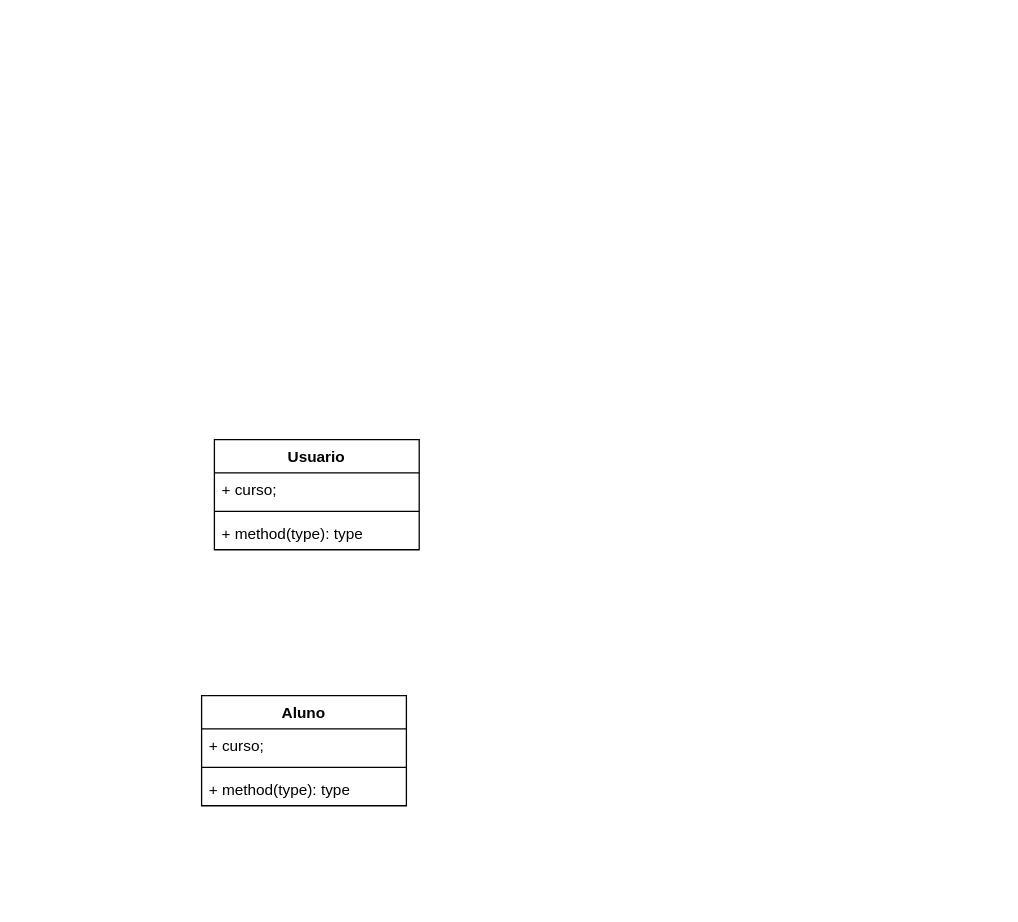
The draw.io diagram Diagrama Relacional.drawio in arianamesquita/IFCoders, before the edit. Source tidied: cells renumbered, new cells numbered last; positions are measured from the earlier drawing's top-left corner, leaving out a move shared by most shapes. Both pictures are drawn from the tidied source at 128%, with x=0, y=0 at pixel (201, 439).
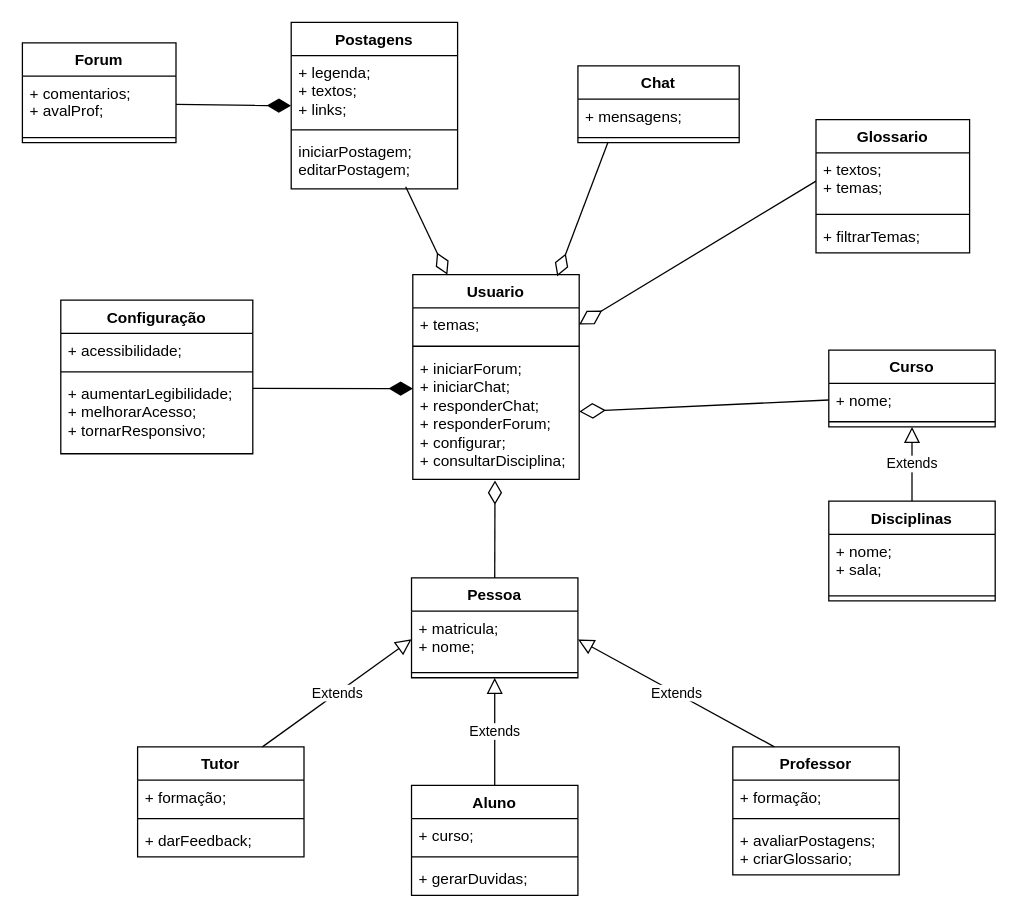
The same diagram, later.

Diff of the diagram source:
```diff
@@
     <mxCell id="2" value="Aluno" style="swimlane;fontStyle=1;align=center;verticalAlign=top;horizontal=1;startSize=26;whiteSpace=wrap;html=1;" parent="1" vertex="1">
-      <mxGeometry y="200" width="160" height="86" as="geometry" />
+      <mxGeometry x="164" y="270" width="130" height="86" as="geometry" />
     </mxCell>
     <mxCell id="3" value="+ curso;" style="text;strokeColor=none;fillColor=none;align=left;verticalAlign=top;spacingLeft=4;spacingRight=4;overflow=hidden;whiteSpace=wrap;html=1;" parent="2" vertex="1">
-      <mxGeometry y="26" width="160" height="26" as="geometry" />
+      <mxGeometry y="26" width="130" height="26" as="geometry" />
     </mxCell>
     <mxCell id="4" style="line;strokeWidth=1;fillColor=none;align=left;verticalAlign=middle;spacingTop=-1;spacingLeft=3;spacingRight=3;labelPosition=right;strokeColor=inherit;" parent="2" vertex="1">
-      <mxGeometry y="52" width="160" height="8" as="geometry" />
+      <mxGeometry y="52" width="130" height="8" as="geometry" />
     </mxCell>
-    <mxCell id="5" value="+ method(type): type" style="text;strokeColor=none;fillColor=none;align=left;verticalAlign=top;spacingLeft=4;spacingRight=4;overflow=hidden;whiteSpace=wrap;html=1;" parent="2" vertex="1">
-      <mxGeometry y="60" width="160" height="26" as="geometry" />
+    <mxCell id="5" value="+ gerarDuvidas;" style="text;strokeColor=none;fillColor=none;align=left;verticalAlign=top;spacingLeft=4;spacingRight=4;overflow=hidden;whiteSpace=wrap;html=1;" parent="2" vertex="1">
+      <mxGeometry y="60" width="130" height="26" as="geometry" />
     </mxCell>
     <mxCell id="6" value="Usuario" style="swimlane;fontStyle=1;align=center;verticalAlign=top;horizontal=1;startSize=26;whiteSpace=wrap;html=1;" parent="1" vertex="1">
-      <mxGeometry x="10" width="160" height="86" as="geometry" />
+      <mxGeometry x="165" y="-129" width="130" height="160" as="geometry" />
     </mxCell>
-    <mxCell id="7" value="+ curso;" style="text;strokeColor=none;fillColor=none;align=left;verticalAlign=top;spacingLeft=4;spacingRight=4;overflow=hidden;points=[[0,0.5],[1,0.5]];portConstraint=eastwest;whiteSpace=wrap;html=1;" parent="6" vertex="1">
-      <mxGeometry y="26" width="160" height="26" as="geometry" />
+    <mxCell id="7" value="+ temas;" style="text;strokeColor=none;fillColor=none;align=left;verticalAlign=top;spacingLeft=4;spacingRight=4;overflow=hidden;points=[[0,0.5],[1,0.5]];portConstraint=eastwest;whiteSpace=wrap;html=1;" parent="6" vertex="1">
+      <mxGeometry y="26" width="130" height="26" as="geometry" />
     </mxCell>
     <mxCell id="8" style="line;strokeWidth=1;fillColor=none;align=left;verticalAlign=middle;spacingTop=-1;spacingLeft=3;spacingRight=3;labelPosition=right;strokeColor=inherit;" parent="6" vertex="1">
-      <mxGeometry y="52" width="160" height="8" as="geometry" />
+      <mxGeometry y="52" width="130" height="8" as="geometry" />
     </mxCell>
-    <mxCell id="9" value="+ method(type): type" style="text;strokeColor=none;fillColor=none;align=left;verticalAlign=top;spacingLeft=4;spacingRight=4;overflow=hidden;points=[[0,0.5],[1,0.5]];portConstraint=eastwest;whiteSpace=wrap;html=1;" parent="6" vertex="1">
-      <mxGeometry y="60" width="160" height="26" as="geometry" />
+    <mxCell id="9" value="+ iniciarForum;&lt;br&gt;+ iniciarChat;&lt;br&gt;+ responderChat;&lt;br&gt;+ responderForum;&lt;br&gt;+ configurar;&lt;br&gt;+ consultarDisciplina;" style="text;strokeColor=none;fillColor=none;align=left;verticalAlign=top;spacingLeft=4;spacingRight=4;overflow=hidden;points=[[0,0.5],[1,0.5]];portConstraint=eastwest;whiteSpace=wrap;html=1;" parent="6" vertex="1">
+      <mxGeometry y="60" width="130" height="100" as="geometry" />
     </mxCell>
+    <mxCell id="10" value="Pessoa" style="swimlane;fontStyle=1;align=center;verticalAlign=top;horizontal=1;startSize=26;whiteSpace=wrap;html=1;" parent="1" vertex="1">
+      <mxGeometry x="164" y="108" width="130" height="78" as="geometry" />
+    </mxCell>
+    <mxCell id="11" value="+ matricula;&lt;br&gt;+ nome;" style="text;strokeColor=none;fillColor=none;align=left;verticalAlign=top;spacingLeft=4;spacingRight=4;overflow=hidden;points=[[0,0.5],[1,0.5]];portConstraint=eastwest;whiteSpace=wrap;html=1;" parent="10" vertex="1">
+      <mxGeometry y="26" width="130" height="44" as="geometry" />
+    </mxCell>
+    <mxCell id="12" style="line;strokeWidth=1;fillColor=none;align=left;verticalAlign=middle;spacingTop=-1;spacingLeft=3;spacingRight=3;labelPosition=right;strokeColor=inherit;" parent="10" vertex="1">
+      <mxGeometry y="70" width="130" height="8" as="geometry" />
+    </mxCell>
+    <mxCell id="13" value="Tutor" style="swimlane;fontStyle=1;align=center;verticalAlign=top;horizontal=1;startSize=26;whiteSpace=wrap;html=1;" parent="1" vertex="1">
+      <mxGeometry x="-50" y="240" width="130" height="86" as="geometry" />
+    </mxCell>
+    <mxCell id="14" value="+ formação;" style="text;strokeColor=none;fillColor=none;align=left;verticalAlign=top;spacingLeft=4;spacingRight=4;overflow=hidden;whiteSpace=wrap;html=1;" parent="13" vertex="1">
+      <mxGeometry y="26" width="130" height="26" as="geometry" />
+    </mxCell>
+    <mxCell id="15" style="line;strokeWidth=1;fillColor=none;align=left;verticalAlign=middle;spacingTop=-1;spacingLeft=3;spacingRight=3;labelPosition=right;strokeColor=inherit;" parent="13" vertex="1">
+      <mxGeometry y="52" width="130" height="8" as="geometry" />
+    </mxCell>
+    <mxCell id="16" value="+ darFeedback;" style="text;strokeColor=none;fillColor=none;align=left;verticalAlign=top;spacingLeft=4;spacingRight=4;overflow=hidden;whiteSpace=wrap;html=1;" parent="13" vertex="1">
+      <mxGeometry y="60" width="130" height="26" as="geometry" />
+    </mxCell>
+    <mxCell id="17" value="Professor" style="swimlane;fontStyle=1;align=center;verticalAlign=top;horizontal=1;startSize=26;whiteSpace=wrap;html=1;" parent="1" vertex="1">
+      <mxGeometry x="415" y="240" width="130" height="100" as="geometry" />
+    </mxCell>
+    <mxCell id="18" value="+ formação;" style="text;strokeColor=none;fillColor=none;align=left;verticalAlign=top;spacingLeft=4;spacingRight=4;overflow=hidden;whiteSpace=wrap;html=1;" parent="17" vertex="1">
+      <mxGeometry y="26" width="130" height="26" as="geometry" />
+    </mxCell>
+    <mxCell id="19" style="line;strokeWidth=1;fillColor=none;align=left;verticalAlign=middle;spacingTop=-1;spacingLeft=3;spacingRight=3;labelPosition=right;strokeColor=inherit;" parent="17" vertex="1">
+      <mxGeometry y="52" width="130" height="8" as="geometry" />
+    </mxCell>
+    <mxCell id="20" value="+ avaliarPostagens;&lt;br&gt;+ criarGlossario;" style="text;strokeColor=none;fillColor=none;align=left;verticalAlign=top;spacingLeft=4;spacingRight=4;overflow=hidden;whiteSpace=wrap;html=1;" parent="17" vertex="1">
+      <mxGeometry y="60" width="130" height="40" as="geometry" />
+    </mxCell>
+    <mxCell id="21" value="Extends" style="endArrow=block;endSize=10;endFill=0;html=1;rounded=0;exitX=0.75;exitY=0;exitDx=0;exitDy=0;entryX=0;entryY=0.5;entryDx=0;entryDy=0;" parent="1" edge="1" source="13" target="11">
+      <mxGeometry relative="1" as="geometry" />
+    </mxCell>
+    <mxCell id="22" value="Extends" style="endArrow=block;endSize=10;endFill=0;html=1;rounded=0;exitX=0.5;exitY=0;exitDx=0;exitDy=0;entryX=0.5;entryY=1;entryDx=0;entryDy=0;" parent="1" edge="1" source="2" target="10">
+      <mxGeometry relative="1" as="geometry" />
+    </mxCell>
+    <mxCell id="23" value="Extends" style="endArrow=block;endSize=10;endFill=0;html=1;rounded=0;exitX=0.25;exitY=0;exitDx=0;exitDy=0;entryX=1;entryY=0.5;entryDx=0;entryDy=0;" parent="1" edge="1" source="17" target="11">
+      <mxGeometry relative="1" as="geometry" />
+    </mxCell>
+    <mxCell id="24" style="endArrow=diamondThin;endFill=0;endSize=16;html=1;rounded=0;exitX=0.5;exitY=0;exitDx=0;exitDy=0;entryX=0.494;entryY=1.009;entryDx=0;entryDy=0;entryPerimeter=0;" parent="1" edge="1" source="10" target="9">
+      <mxGeometry relative="1" as="geometry" />
+    </mxCell>
+    <mxCell id="25" value="Configuração" style="swimlane;fontStyle=1;align=center;verticalAlign=top;horizontal=1;startSize=26;whiteSpace=wrap;html=1;" parent="1" vertex="1">
+      <mxGeometry x="-110" y="-109" width="150" height="120" as="geometry" />
+    </mxCell>
+    <mxCell id="26" value="+ acessibilidade;" style="text;strokeColor=none;fillColor=none;align=left;verticalAlign=top;spacingLeft=4;spacingRight=4;overflow=hidden;whiteSpace=wrap;html=1;" parent="25" vertex="1">
+      <mxGeometry y="26" width="150" height="26" as="geometry" />
+    </mxCell>
+    <mxCell id="27" style="line;strokeWidth=1;fillColor=none;align=left;verticalAlign=middle;spacingTop=-1;spacingLeft=3;spacingRight=3;labelPosition=right;strokeColor=inherit;" parent="25" vertex="1">
+      <mxGeometry y="52" width="150" height="8" as="geometry" />
+    </mxCell>
+    <mxCell id="28" value="+ aumentarLegibilidade;&lt;br&gt;+ melhorarAcesso;&lt;br&gt;+ tornarResponsivo;" style="text;strokeColor=none;fillColor=none;align=left;verticalAlign=top;spacingLeft=4;spacingRight=4;overflow=hidden;points=[[0,0.5],[1,0.5]];portConstraint=eastwest;whiteSpace=wrap;html=1;" parent="25" vertex="1">
+      <mxGeometry y="60" width="150" height="60" as="geometry" />
+    </mxCell>
+    <mxCell id="29" style="endArrow=diamondThin;endFill=1;endSize=16;html=1;rounded=0;entryX=0;entryY=0.291;entryDx=0;entryDy=0;entryPerimeter=0;exitX=1;exitY=0.15;exitDx=0;exitDy=0;exitPerimeter=0;" parent="1" edge="1" source="28" target="9">
+      <mxGeometry relative="1" as="geometry" />
+    </mxCell>
+    <mxCell id="30" value="Postagens" style="swimlane;fontStyle=1;align=center;verticalAlign=top;horizontal=1;startSize=26;whiteSpace=wrap;html=1;" parent="1" vertex="1">
+      <mxGeometry x="70" y="-326" width="130" height="130" as="geometry" />
+    </mxCell>
+    <mxCell id="31" value="+ legenda;&lt;br&gt;+ textos;&lt;br&gt;+ links;" style="text;strokeColor=none;fillColor=none;align=left;verticalAlign=top;spacingLeft=4;spacingRight=4;overflow=hidden;points=[[0,0.5],[1,0.5]];portConstraint=eastwest;whiteSpace=wrap;html=1;" parent="30" vertex="1">
+      <mxGeometry y="26" width="130" height="54" as="geometry" />
+    </mxCell>
+    <mxCell id="32" style="line;strokeWidth=1;fillColor=none;align=left;verticalAlign=middle;spacingTop=-1;spacingLeft=3;spacingRight=3;labelPosition=right;strokeColor=inherit;" parent="30" vertex="1">
+      <mxGeometry y="80" width="130" height="8" as="geometry" />
+    </mxCell>
+    <mxCell id="33" value="iniciarPostagem;&lt;br&gt;editarPostagem;" style="text;strokeColor=none;fillColor=none;align=left;verticalAlign=top;spacingLeft=4;spacingRight=4;overflow=hidden;points=[[0,0.5],[1,0.5]];portConstraint=eastwest;whiteSpace=wrap;html=1;" parent="30" vertex="1">
+      <mxGeometry y="88" width="130" height="42" as="geometry" />
+    </mxCell>
+    <mxCell id="34" value="Forum" style="swimlane;fontStyle=1;align=center;verticalAlign=top;horizontal=1;startSize=26;whiteSpace=wrap;html=1;" parent="1" vertex="1">
+      <mxGeometry x="-140" y="-310" width="120" height="78" as="geometry" />
+    </mxCell>
+    <mxCell id="35" value="+ comentarios;&lt;br&gt;+ avalProf;" style="text;strokeColor=none;fillColor=none;align=left;verticalAlign=top;spacingLeft=4;spacingRight=4;overflow=hidden;points=[[0,0.5],[1,0.5]];portConstraint=eastwest;whiteSpace=wrap;html=1;" parent="34" vertex="1">
+      <mxGeometry y="26" width="120" height="44" as="geometry" />
+    </mxCell>
+    <mxCell id="36" style="line;strokeWidth=1;fillColor=none;align=left;verticalAlign=middle;spacingTop=-1;spacingLeft=3;spacingRight=3;labelPosition=right;strokeColor=inherit;" parent="34" vertex="1">
+      <mxGeometry y="70" width="120" height="8" as="geometry" />
+    </mxCell>
+    <mxCell id="37" style="endArrow=diamondThin;endFill=1;endSize=16;html=1;rounded=0;exitX=1;exitY=0.5;exitDx=0;exitDy=0;entryX=-0.001;entryY=0.725;entryDx=0;entryDy=0;entryPerimeter=0;" parent="1" edge="1" source="35" target="31">
+      <mxGeometry relative="1" as="geometry" />
+    </mxCell>
+    <mxCell id="38" value="Chat" style="swimlane;fontStyle=1;align=center;verticalAlign=top;horizontal=1;startSize=26;whiteSpace=wrap;html=1;" parent="1" vertex="1">
+      <mxGeometry x="294" y="-292" width="126" height="60" as="geometry" />
+    </mxCell>
+    <mxCell id="39" value="+ mensagens;" style="text;strokeColor=none;fillColor=none;align=left;verticalAlign=top;spacingLeft=4;spacingRight=4;overflow=hidden;whiteSpace=wrap;html=1;" parent="38" vertex="1">
+      <mxGeometry y="26" width="126" height="26" as="geometry" />
+    </mxCell>
+    <mxCell id="40" style="line;strokeWidth=1;fillColor=none;align=left;verticalAlign=middle;spacingTop=-1;spacingLeft=3;spacingRight=3;labelPosition=right;points=[];portConstraint=eastwest;strokeColor=inherit;" parent="38" vertex="1">
+      <mxGeometry y="52" width="126" height="8" as="geometry" />
+    </mxCell>
+    <mxCell id="41" style="endArrow=diamondThin;endFill=0;endSize=16;html=1;rounded=0;exitX=0.688;exitY=0.96;exitDx=0;exitDy=0;exitPerimeter=0;" parent="1" edge="1" source="33" target="6">
+      <mxGeometry relative="1" as="geometry" />
+    </mxCell>
+    <mxCell id="42" style="endArrow=diamondThin;endFill=0;endSize=16;html=1;rounded=0;exitX=0.187;exitY=0.926;exitDx=0;exitDy=0;exitPerimeter=0;entryX=0.868;entryY=0.008;entryDx=0;entryDy=0;entryPerimeter=0;" parent="1" edge="1" source="40" target="6">
+      <mxGeometry relative="1" as="geometry" />
+    </mxCell>
+    <mxCell id="43" value="Glossario" style="swimlane;fontStyle=1;align=center;verticalAlign=top;horizontal=1;startSize=26;whiteSpace=wrap;html=1;" parent="1" vertex="1">
+      <mxGeometry x="480" y="-250" width="120" height="104" as="geometry" />
+    </mxCell>
+    <mxCell id="44" value="+ textos;&lt;br&gt;+ temas;" style="text;strokeColor=none;fillColor=none;align=left;verticalAlign=top;spacingLeft=4;spacingRight=4;overflow=hidden;points=[[0,0.5],[1,0.5]];portConstraint=eastwest;whiteSpace=wrap;html=1;" parent="43" vertex="1">
+      <mxGeometry y="26" width="120" height="44" as="geometry" />
+    </mxCell>
+    <mxCell id="45" style="line;strokeWidth=1;fillColor=none;align=left;verticalAlign=middle;spacingTop=-1;spacingLeft=3;spacingRight=3;labelPosition=right;strokeColor=inherit;" parent="43" vertex="1">
+      <mxGeometry y="70" width="120" height="8" as="geometry" />
+    </mxCell>
+    <mxCell id="46" value="+ filtrarTemas;" style="text;strokeColor=none;fillColor=none;align=left;verticalAlign=top;spacingLeft=4;spacingRight=4;overflow=hidden;whiteSpace=wrap;html=1;" parent="43" vertex="1">
+      <mxGeometry y="78" width="120" height="26" as="geometry" />
+    </mxCell>
+    <mxCell id="47" style="endArrow=diamondThin;endFill=0;endSize=18;html=1;rounded=0;entryX=1;entryY=0.5;entryDx=0;entryDy=0;exitX=0;exitY=0.5;exitDx=0;exitDy=0;" parent="1" edge="1" source="44" target="7">
+      <mxGeometry relative="1" as="geometry" />
+    </mxCell>
+    <mxCell id="48" value="Curso" style="swimlane;fontStyle=1;align=center;verticalAlign=top;horizontal=1;startSize=26;whiteSpace=wrap;html=1;" parent="1" vertex="1">
+      <mxGeometry x="490" y="-70" width="130" height="60" as="geometry" />
+    </mxCell>
+    <mxCell id="49" value="+ nome;" style="text;strokeColor=none;fillColor=none;align=left;verticalAlign=top;spacingLeft=4;spacingRight=4;overflow=hidden;points=[[0,0.5],[1,0.5]];portConstraint=eastwest;whiteSpace=wrap;html=1;" parent="48" vertex="1">
+      <mxGeometry y="26" width="130" height="26" as="geometry" />
+    </mxCell>
+    <mxCell id="50" style="line;strokeWidth=1;fillColor=none;align=left;verticalAlign=middle;spacingTop=-1;spacingLeft=3;spacingRight=3;labelPosition=right;strokeColor=inherit;" parent="48" vertex="1">
+      <mxGeometry y="52" width="130" height="8" as="geometry" />
+    </mxCell>
+    <mxCell id="51" value="Disciplinas" style="swimlane;fontStyle=1;align=center;verticalAlign=top;horizontal=1;startSize=26;whiteSpace=wrap;html=1;" parent="1" vertex="1">
+      <mxGeometry x="490" y="48" width="130" height="78" as="geometry" />
+    </mxCell>
+    <mxCell id="52" value="+ nome;&lt;br&gt;+ sala;" style="text;strokeColor=none;fillColor=none;align=left;verticalAlign=top;spacingLeft=4;spacingRight=4;overflow=hidden;whiteSpace=wrap;html=1;" parent="51" vertex="1">
+      <mxGeometry y="26" width="130" height="44" as="geometry" />
+    </mxCell>
+    <mxCell id="53" style="line;strokeWidth=1;fillColor=none;align=left;verticalAlign=middle;spacingTop=-1;spacingLeft=3;spacingRight=3;labelPosition=right;strokeColor=inherit;" parent="51" vertex="1">
+      <mxGeometry y="70" width="130" height="8" as="geometry" />
+    </mxCell>
+    <mxCell id="54" value="Extends" style="endArrow=block;endSize=10;endFill=0;html=1;rounded=0;exitX=0.5;exitY=0;exitDx=0;exitDy=0;entryX=0.5;entryY=1;entryDx=0;entryDy=0;" parent="1" edge="1" source="51" target="48">
+      <mxGeometry relative="1" as="geometry" />
+    </mxCell>
+    <mxCell id="55" style="endArrow=diamondThin;endFill=0;endSize=18;html=1;rounded=0;exitX=0;exitY=0.5;exitDx=0;exitDy=0;" parent="1" edge="1" source="49" target="9">
+      <mxGeometry relative="1" as="geometry" />
+    </mxCell>
```
